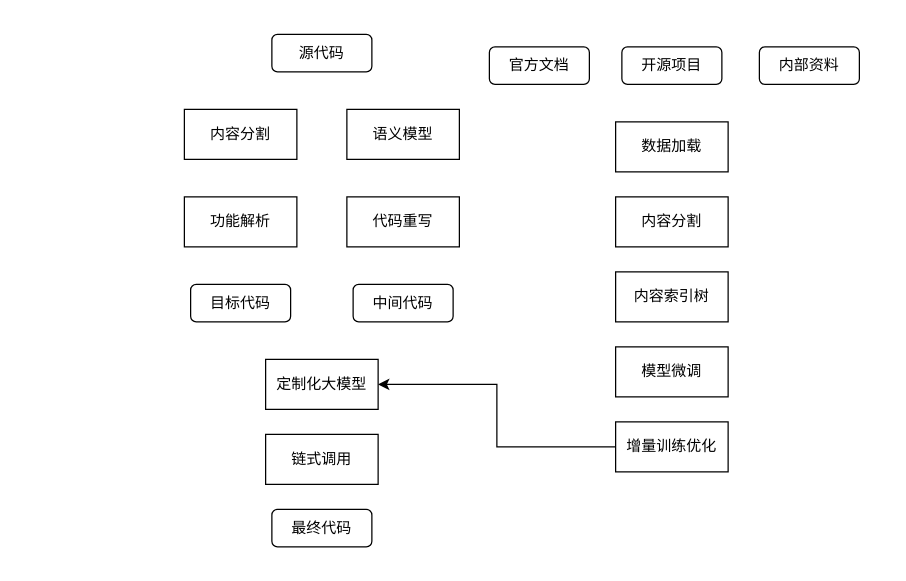
This is page "Page-1" (1 of 2) of 未命名绘图.drawio from fydgmy/jubilant-potato, a draw.io file, before an edit. Source tidied: cells renumbered, new cells numbered last; positions are measured from the earlier drawing's top-left corner, leaving out a move shared by most shapes. Both pictures are drawn from the tidied source at 125%, with x=0, y=0 at pixel (184, 34).
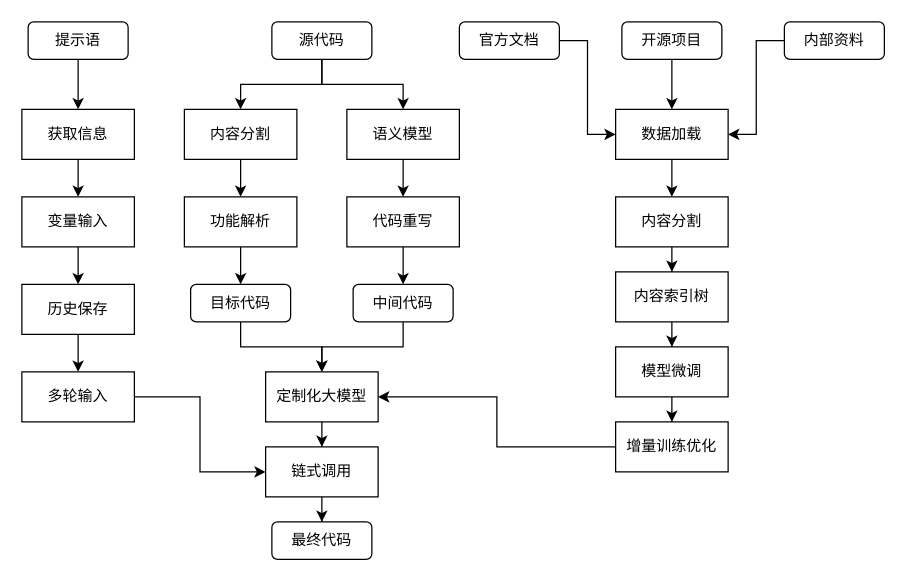
The same page after the edit.

The change refers to these unchanged cells:
```xml
<mxCell id="3" value="语义模型" style="rounded=0;whiteSpace=wrap;html=1;" parent="1" vertex="1">
  <mxGeometry x="130" y="60" width="90" height="40" as="geometry" />
</mxCell>
<mxCell id="4" value="代码重写" style="rounded=0;whiteSpace=wrap;html=1;" parent="1" vertex="1">
  <mxGeometry x="130" y="130" width="90" height="40" as="geometry" />
</mxCell>
<mxCell id="5" value="中间代码" style="rounded=1;whiteSpace=wrap;html=1;fontSize=12;glass=0;strokeWidth=1;shadow=0;" parent="1" vertex="1">
  <mxGeometry x="135" y="200" width="80" height="30" as="geometry" />
</mxCell>
<mxCell id="6" value="内容分割" style="rounded=0;whiteSpace=wrap;html=1;" parent="1" vertex="1">
  <mxGeometry y="60" width="90" height="40" as="geometry" />
</mxCell>
<mxCell id="7" value="功能解析" style="rounded=0;whiteSpace=wrap;html=1;" parent="1" vertex="1">
  <mxGeometry y="130" width="90" height="40" as="geometry" />
</mxCell>
<mxCell id="8" value="&lt;span style=&quot;font-weight: normal;&quot;&gt;目标代码&lt;/span&gt;" style="rounded=1;whiteSpace=wrap;html=1;fontSize=12;glass=0;strokeWidth=1;shadow=0;fontStyle=1;" parent="1" vertex="1">
  <mxGeometry x="5" y="200" width="80" height="30" as="geometry" />
</mxCell>
<mxCell id="15" value="内容分割" style="rounded=0;whiteSpace=wrap;html=1;" parent="1" vertex="1">
  <mxGeometry x="345" y="130" width="90" height="40" as="geometry" />
</mxCell>
<mxCell id="16" value="内容索引树" style="rounded=0;whiteSpace=wrap;html=1;" parent="1" vertex="1">
  <mxGeometry x="345" y="190" width="90" height="40" as="geometry" />
</mxCell>
<mxCell id="17" value="模型微调" style="rounded=0;whiteSpace=wrap;html=1;" parent="1" vertex="1">
  <mxGeometry x="345" y="250" width="90" height="40" as="geometry" />
</mxCell>
<mxCell id="19" value="增量训练优化" style="rounded=0;whiteSpace=wrap;html=1;" parent="1" vertex="1">
  <mxGeometry x="345" y="310" width="90" height="40" as="geometry" />
</mxCell>
```

The edit, as a diff of the source:
```diff
@@
+    <mxCell id="21" style="edgeStyle=orthogonalEdgeStyle;rounded=0;jettySize=auto;html=1;entryX=0.5;entryY=0;entryDx=0;entryDy=0;" parent="1" edge="1" source="2" target="6">
+      <mxGeometry relative="1" as="geometry" />
+    </mxCell>
+    <mxCell id="22" style="edgeStyle=orthogonalEdgeStyle;rounded=0;jettySize=auto;html=1;" parent="1" edge="1" source="2" target="3">
+      <mxGeometry relative="1" as="geometry" />
+    </mxCell>
     <mxCell id="2" value="源代码" style="rounded=1;whiteSpace=wrap;html=1;fontSize=12;glass=0;strokeWidth=1;shadow=0;" parent="1" vertex="1">
-      <mxGeometry x="70" width="80" height="30" as="geometry" />
+      <mxGeometry x="70" y="-10" width="80" height="30" as="geometry" />
     </mxCell>
+    <mxCell id="23" style="edgeStyle=orthogonalEdgeStyle;rounded=0;jettySize=auto;html=1;entryX=0.5;entryY=0;entryDx=0;entryDy=0;" parent="1" edge="1" source="3" target="4">
+      <mxGeometry relative="1" as="geometry" />
+    </mxCell>
@@
+    <mxCell id="24" style="edgeStyle=orthogonalEdgeStyle;rounded=0;jettySize=auto;html=1;entryX=0.5;entryY=0;entryDx=0;entryDy=0;" parent="1" edge="1" source="4" target="5">
+      <mxGeometry relative="1" as="geometry" />
+    </mxCell>
@@
+    <mxCell id="25" style="edgeStyle=orthogonalEdgeStyle;rounded=0;jettySize=auto;html=1;entryX=0.5;entryY=0;entryDx=0;entryDy=0;" parent="1" edge="1" source="5" target="9">
+      <mxGeometry relative="1" as="geometry" />
+    </mxCell>
@@
+    <mxCell id="26" style="edgeStyle=orthogonalEdgeStyle;rounded=0;jettySize=auto;html=1;entryX=0.5;entryY=0;entryDx=0;entryDy=0;" parent="1" edge="1" source="6" target="7">
+      <mxGeometry relative="1" as="geometry" />
+    </mxCell>
@@
+    <mxCell id="27" style="edgeStyle=orthogonalEdgeStyle;rounded=0;jettySize=auto;html=1;" parent="1" edge="1" source="7" target="8">
+      <mxGeometry relative="1" as="geometry" />
+    </mxCell>
@@
+    <mxCell id="28" style="edgeStyle=orthogonalEdgeStyle;rounded=0;jettySize=auto;html=1;" parent="1" edge="1" source="8" target="9">
+      <mxGeometry relative="1" as="geometry" />
+    </mxCell>
@@
+    <mxCell id="29" style="edgeStyle=orthogonalEdgeStyle;rounded=0;jettySize=auto;html=1;entryX=0.5;entryY=0;entryDx=0;entryDy=0;" parent="1" edge="1" source="9" target="10">
+      <mxGeometry relative="1" as="geometry" />
+    </mxCell>
     <mxCell id="9" value="定制化大模型" style="rounded=0;whiteSpace=wrap;html=1;" parent="1" vertex="1">
-      <mxGeometry x="65" y="260" width="90" height="40" as="geometry" />
+      <mxGeometry x="65" y="270" width="90" height="40" as="geometry" />
     </mxCell>
+    <mxCell id="30" style="edgeStyle=orthogonalEdgeStyle;rounded=0;jettySize=auto;html=1;entryX=0.5;entryY=0;entryDx=0;entryDy=0;" parent="1" edge="1" source="10" target="20">
+      <mxGeometry relative="1" as="geometry" />
+    </mxCell>
     <mxCell id="10" value="链式调用" style="rounded=0;whiteSpace=wrap;html=1;" parent="1" vertex="1">
-      <mxGeometry x="65" y="320" width="90" height="40" as="geometry" />
+      <mxGeometry x="65" y="330" width="90" height="40" as="geometry" />
     </mxCell>
+    <mxCell id="31" style="edgeStyle=orthogonalEdgeStyle;rounded=0;jettySize=auto;html=1;entryX=0;entryY=0.5;entryDx=0;entryDy=0;" parent="1" edge="1" source="11" target="14">
+      <mxGeometry relative="1" as="geometry" />
+    </mxCell>
     <mxCell id="11" value="官方文档" style="rounded=1;whiteSpace=wrap;html=1;fontSize=12;glass=0;strokeWidth=1;shadow=0;" parent="1" vertex="1">
-      <mxGeometry x="244" y="10" width="80" height="30" as="geometry" />
+      <mxGeometry x="220" y="-10" width="80" height="30" as="geometry" />
     </mxCell>
+    <mxCell id="32" style="edgeStyle=orthogonalEdgeStyle;rounded=0;jettySize=auto;html=1;entryX=0.5;entryY=0;entryDx=0;entryDy=0;" parent="1" edge="1" source="12" target="14">
+      <mxGeometry relative="1" as="geometry" />
+    </mxCell>
     <mxCell id="12" value="开源项目" style="rounded=1;whiteSpace=wrap;html=1;fontSize=12;glass=0;strokeWidth=1;shadow=0;" parent="1" vertex="1">
-      <mxGeometry x="350" y="10" width="80" height="30" as="geometry" />
+      <mxGeometry x="350" y="-10" width="80" height="30" as="geometry" />
     </mxCell>
+    <mxCell id="33" style="edgeStyle=orthogonalEdgeStyle;rounded=0;jettySize=auto;html=1;entryX=1;entryY=0.5;entryDx=0;entryDy=0;" parent="1" edge="1" source="13" target="14">
+      <mxGeometry relative="1" as="geometry" />
+    </mxCell>
     <mxCell id="13" value="内部资料" style="rounded=1;whiteSpace=wrap;html=1;fontSize=12;glass=0;strokeWidth=1;shadow=0;" parent="1" vertex="1">
-      <mxGeometry x="460" y="10" width="80" height="30" as="geometry" />
+      <mxGeometry x="480" y="-10" width="80" height="30" as="geometry" />
     </mxCell>
+    <mxCell id="34" style="edgeStyle=orthogonalEdgeStyle;rounded=0;jettySize=auto;html=1;entryX=0.5;entryY=0;entryDx=0;entryDy=0;" parent="1" edge="1" source="14" target="15">
+      <mxGeometry relative="1" as="geometry" />
+    </mxCell>
     <mxCell id="14" value="数据加载" style="rounded=0;whiteSpace=wrap;html=1;" parent="1" vertex="1">
-      <mxGeometry x="345" y="70" width="90" height="40" as="geometry" />
+      <mxGeometry x="345" y="60" width="90" height="40" as="geometry" />
     </mxCell>
+    <mxCell id="35" style="edgeStyle=orthogonalEdgeStyle;rounded=0;jettySize=auto;html=1;entryX=0.5;entryY=0;entryDx=0;entryDy=0;" parent="1" edge="1" source="15" target="16">
+      <mxGeometry relative="1" as="geometry" />
+    </mxCell>
@@
+    <mxCell id="36" style="edgeStyle=orthogonalEdgeStyle;rounded=0;jettySize=auto;html=1;" parent="1" edge="1" source="16" target="17">
+      <mxGeometry relative="1" as="geometry" />
+    </mxCell>
@@
+    <mxCell id="37" style="edgeStyle=orthogonalEdgeStyle;rounded=0;jettySize=auto;html=1;entryX=0.5;entryY=0;entryDx=0;entryDy=0;" parent="1" edge="1" source="17" target="19">
+      <mxGeometry relative="1" as="geometry" />
+    </mxCell>
@@
     <mxCell id="20" value="&lt;span style=&quot;font-weight: 400;&quot;&gt;最终代码&lt;/span&gt;" style="rounded=1;whiteSpace=wrap;html=1;fontSize=12;glass=0;strokeWidth=1;shadow=0;fontStyle=1;" parent="1" vertex="1">
-      <mxGeometry x="70" y="380" width="80" height="30" as="geometry" />
+      <mxGeometry x="70" y="390" width="80" height="30" as="geometry" />
     </mxCell>
+    <mxCell id="38" style="edgeStyle=orthogonalEdgeStyle;rounded=0;jettySize=auto;html=1;" parent="1" edge="1" source="39" target="41">
+      <mxGeometry relative="1" as="geometry" />
+    </mxCell>
+    <mxCell id="39" value="提示语" style="rounded=1;whiteSpace=wrap;html=1;fontSize=12;glass=0;strokeWidth=1;shadow=0;" parent="1" vertex="1">
+      <mxGeometry x="-125" y="-10" width="80" height="30" as="geometry" />
+    </mxCell>
+    <mxCell id="40" style="edgeStyle=orthogonalEdgeStyle;rounded=0;jettySize=auto;html=1;entryX=0.5;entryY=0;entryDx=0;entryDy=0;" parent="1" edge="1" source="41" target="43">
+      <mxGeometry relative="1" as="geometry" />
+    </mxCell>
+    <mxCell id="41" value="获取信息" style="rounded=0;whiteSpace=wrap;html=1;" parent="1" vertex="1">
+      <mxGeometry x="-130" y="60" width="90" height="40" as="geometry" />
+    </mxCell>
+    <mxCell id="42" style="edgeStyle=orthogonalEdgeStyle;rounded=0;jettySize=auto;html=1;entryX=0.5;entryY=0;entryDx=0;entryDy=0;" parent="1" edge="1" source="43" target="45">
+      <mxGeometry relative="1" as="geometry" />
+    </mxCell>
+    <mxCell id="43" value="变量输入" style="rounded=0;whiteSpace=wrap;html=1;" parent="1" vertex="1">
+      <mxGeometry x="-130" y="130" width="90" height="40" as="geometry" />
+    </mxCell>
+    <mxCell id="44" style="edgeStyle=orthogonalEdgeStyle;rounded=0;jettySize=auto;html=1;entryX=0.5;entryY=0;entryDx=0;entryDy=0;" parent="1" edge="1" source="45" target="47">
+      <mxGeometry relative="1" as="geometry" />
+    </mxCell>
+    <mxCell id="45" value="历史保存" style="rounded=0;whiteSpace=wrap;html=1;" parent="1" vertex="1">
+      <mxGeometry x="-130" y="200" width="90" height="40" as="geometry" />
+    </mxCell>
+    <mxCell id="46" style="edgeStyle=orthogonalEdgeStyle;rounded=0;jettySize=auto;html=1;entryX=0;entryY=0.5;entryDx=0;entryDy=0;" parent="1" edge="1" source="47" target="10">
+      <mxGeometry relative="1" as="geometry" />
+    </mxCell>
+    <mxCell id="47" value="多轮输入" style="rounded=0;whiteSpace=wrap;html=1;" parent="1" vertex="1">
+      <mxGeometry x="-130" y="270" width="90" height="40" as="geometry" />
+    </mxCell>
```
